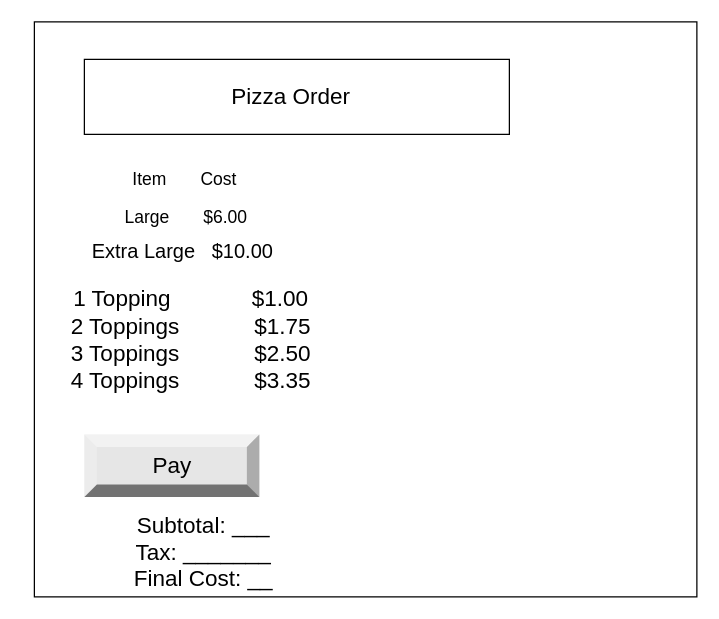
Above: design/storyboard.drawio in joannesanthosh/ICS20-Assignment4-HTML (draw.io), before the change. Source tidied: cells renumbered, new cells numbered last; positions are measured from the earlier drawing's top-left corner, leaving out a move shared by most shapes. Both pictures are drawn from the tidied source at 125%, with x=0, y=0 at pixel (21, 21).
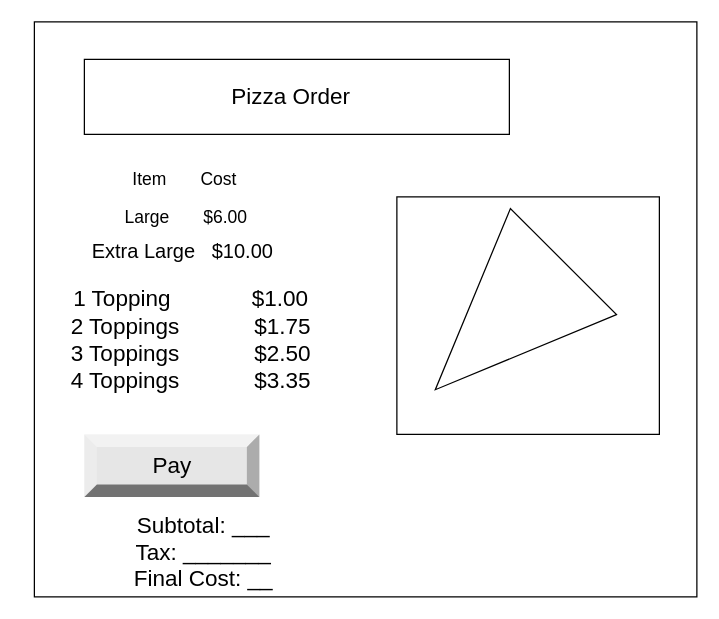
The same diagram, later.

Commit message (it also covers changes not shown here):
add flowchart and storyboard

Change to the diagram source:
```diff
@@
 <mxGraphModel>
   <root>
     <mxCell id="0" />
     <mxCell id="1" parent="0" />
     <mxCell id="2" style="verticalLabelPosition=bottom;verticalAlign=top;html=1;shape=mxgraph.basic.rect;fillColor2=none;strokeWidth=1;size=20;indent=5;" parent="1" vertex="1">
       <mxGeometry x="10" width="530" height="460" as="geometry" />
     </mxCell>
     <mxCell id="3" style="verticalLabelPosition=bottom;verticalAlign=top;html=1;shape=mxgraph.basic.rect;fillColor2=none;strokeWidth=1;size=20;indent=5;" parent="1" vertex="1">
       <mxGeometry x="50" y="30" width="340" height="60" as="geometry" />
     </mxCell>
     <mxCell id="4" value="&lt;font style=&quot;font-size: 18px&quot;&gt;Pizza Order&lt;/font&gt;" style="text;html=1;align=center;verticalAlign=middle;fillColor=none;strokeColor=none;rounded=0;" parent="1" vertex="1">
       <mxGeometry x="160" y="50" width="110" height="20" as="geometry" />
     </mxCell>
     <mxCell id="5" value="&lt;font style=&quot;font-size: 14px&quot;&gt;Item&amp;nbsp; &amp;nbsp; &amp;nbsp; &amp;nbsp;Cost&lt;/font&gt;" style="text;html=1;align=center;verticalAlign=middle;fillColor=none;strokeColor=none;rounded=0;fontSize=18;" parent="1" vertex="1">
       <mxGeometry x="80" y="110" width="100" height="30" as="geometry" />
     </mxCell>
     <mxCell id="6" value="&lt;div class=&quot;bjhkR&quot; style=&quot;margin-bottom: 2px ; padding: 2.5px 3px 1.5px&quot;&gt;&lt;font style=&quot;font-size: 14px&quot;&gt;Large&amp;nbsp; &amp;nbsp; &amp;nbsp; &amp;nbsp;$6.00&amp;nbsp;&amp;nbsp;&lt;/font&gt;&lt;/div&gt;&lt;div class=&quot;bjhkR&quot; style=&quot;margin-bottom: 2px ; padding: 2.5px 3px 1.5px&quot;&gt;&lt;font size=&quot;3&quot;&gt;&amp;nbsp; &amp;nbsp; &amp;nbsp; &amp;nbsp; &amp;nbsp; &amp;nbsp;Extra Large&amp;nbsp; &amp;nbsp;$10.00&amp;nbsp; &amp;nbsp; &amp;nbsp;&lt;/font&gt; &amp;nbsp; &amp;nbsp; &amp;nbsp; &amp;nbsp;&lt;/div&gt;" style="text;html=1;align=center;verticalAlign=middle;strokeColor=none;fillColor=none;fontSize=18;" parent="1" vertex="1">
       <mxGeometry y="140" width="270" height="60" as="geometry" />
     </mxCell>
     <mxCell id="7" value="1 Topping&amp;nbsp; &amp;nbsp; &amp;nbsp; &amp;nbsp; &amp;nbsp; &amp;nbsp; &amp;nbsp;$1.00&lt;br&gt;2 Toppings&amp;nbsp; &amp;nbsp; &amp;nbsp; &amp;nbsp; &amp;nbsp; &amp;nbsp; $1.75&lt;br&gt;3 Toppings&amp;nbsp; &amp;nbsp; &amp;nbsp; &amp;nbsp; &amp;nbsp; &amp;nbsp; $2.50&lt;br&gt;4 Toppings&amp;nbsp; &amp;nbsp; &amp;nbsp; &amp;nbsp; &amp;nbsp; &amp;nbsp; $3.35" style="text;html=1;align=center;verticalAlign=middle;fillColor=none;strokeColor=none;rounded=0;fontSize=18;" parent="1" vertex="1">
       <mxGeometry x="30" y="210" width="210" height="90" as="geometry" />
     </mxCell>
     <mxCell id="8" value="Pay" style="labelPosition=center;verticalLabelPosition=middle;align=center;html=1;shape=mxgraph.basic.shaded_button;dx=10;fillColor=#E6E6E6;strokeColor=none;fontSize=18;" parent="1" vertex="1">
       <mxGeometry x="50" y="330" width="140" height="50" as="geometry" />
     </mxCell>
     <mxCell id="9" value="Subtotal: ___&lt;br&gt;Tax: _______&lt;br&gt;Final Cost: __" style="text;html=1;align=center;verticalAlign=middle;strokeColor=none;fillColor=none;fontSize=18;" parent="1" vertex="1">
       <mxGeometry x="80" y="390" width="130" height="70" as="geometry" />
     </mxCell>
+    <mxCell id="10" style="rounded=0;whiteSpace=wrap;html=1;" parent="1" vertex="1">
+      <mxGeometry x="300" y="140" width="210" height="190" as="geometry" />
+    </mxCell>
+    <mxCell id="11" style="triangle;whiteSpace=wrap;html=1;rotation=135;" parent="1" vertex="1">
+      <mxGeometry x="309.5" y="183" width="145" height="120" as="geometry" />
+    </mxCell>
   </root>
 </mxGraphModel>
```
